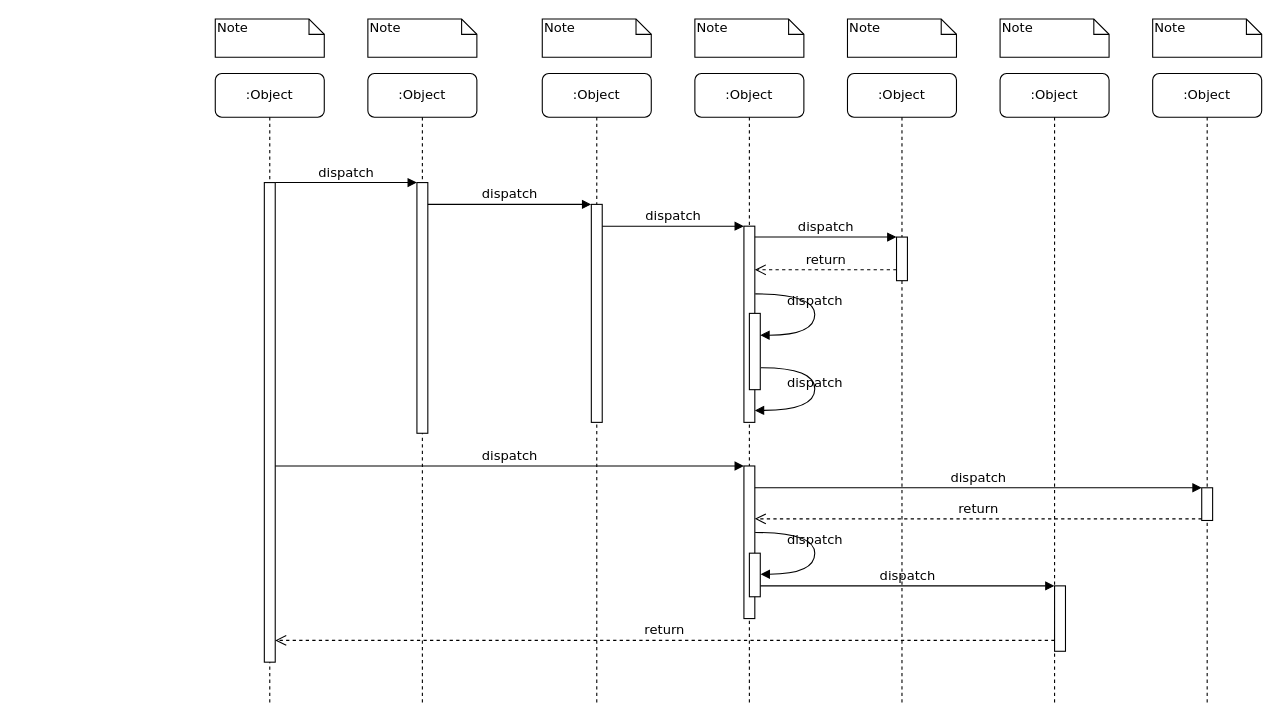
The draw.io diagram platform-admin调用流程.drawio in Rain-ziyu/img, before the edit. Source tidied: cells renumbered, new cells numbered last; positions are measured from the earlier drawing's top-left corner, leaving out a move shared by most shapes. Both pictures are drawn from the tidied source at 109%, with x=0, y=0 at pixel (215, 19).
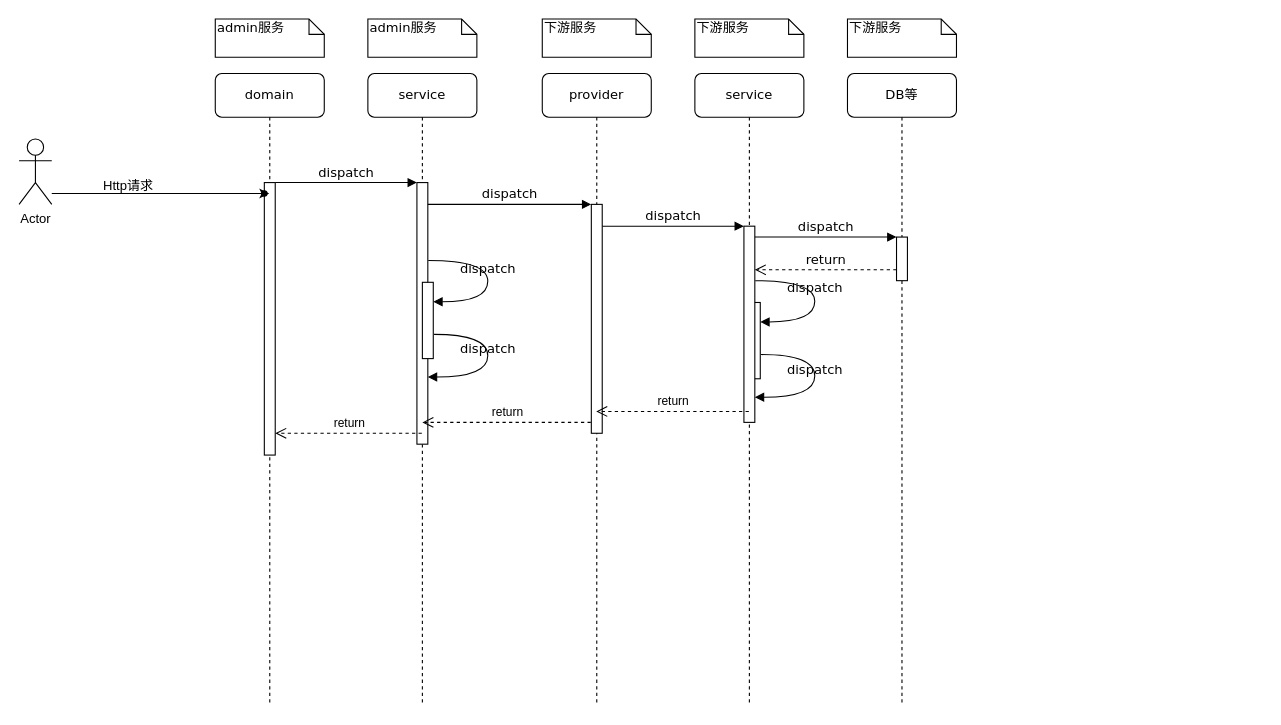
The same page after the edit.

Commit message:
更新platform-admin调用流程.drawio

Unchanged cells that the change refers to:
```xml
<mxCell id="12" style="html=1;points=[];perimeter=orthogonalPerimeter;rounded=0;shadow=0;comic=0;labelBackgroundColor=none;strokeWidth=1;fontFamily=Verdana;fontSize=12;align=center;" parent="1" vertex="1">
  <mxGeometry x="485" y="190" width="10" height="180" as="geometry" />
</mxCell>
```

The edit, as a diff of the source:
```diff
@@
-    <mxCell id="2" value=":Object" style="shape=umlLifeline;perimeter=lifelinePerimeter;whiteSpace=wrap;html=1;outlineConnect=0;rounded=1;shadow=0;comic=0;labelBackgroundColor=none;strokeWidth=1;fontFamily=Verdana;fontSize=12;align=center;" parent="1" vertex="1">
+    <mxCell id="2" value="service" style="shape=umlLifeline;perimeter=lifelinePerimeter;whiteSpace=wrap;html=1;outlineConnect=0;rounded=1;shadow=0;comic=0;labelBackgroundColor=none;strokeWidth=1;fontFamily=Verdana;fontSize=12;align=center;" parent="1" vertex="1">
       <mxGeometry x="140" y="50" width="100" height="580" as="geometry" />
     </mxCell>
     <mxCell id="3" style="html=1;points=[];perimeter=orthogonalPerimeter;rounded=0;shadow=0;comic=0;labelBackgroundColor=none;strokeWidth=1;fontFamily=Verdana;fontSize=12;align=center;" parent="2" vertex="1">
-      <mxGeometry x="45" y="100" width="10" height="230" as="geometry" />
+      <mxGeometry x="45" y="100" width="10" height="240" as="geometry" />
     </mxCell>
+    <mxCell id="31" value="dispatch" style="html=1;verticalAlign=bottom;endArrow=block;labelBackgroundColor=none;fontFamily=Verdana;fontSize=12;elbow=vertical;edgeStyle=orthogonalEdgeStyle;curved=1;entryX=1;entryY=0.286;entryPerimeter=0;exitX=1.038;exitY=0.345;exitPerimeter=0;" parent="2" edge="1">
+      <mxGeometry relative="1" as="geometry">
+        <mxPoint x="55.4" y="171.5" as="sourcePoint" />
+        <mxPoint x="60" y="209.4" as="targetPoint" />
+        <Array as="points">
+          <mxPoint x="110" y="171.4" />
+          <mxPoint x="110" y="209.4" />
+        </Array>
+      </mxGeometry>
+    </mxCell>
+    <mxCell id="39" value="dispatch" style="html=1;verticalAlign=bottom;endArrow=block;labelBackgroundColor=none;fontFamily=Verdana;fontSize=12;elbow=vertical;edgeStyle=orthogonalEdgeStyle;curved=1;exitX=1.066;exitY=0.713;exitPerimeter=0;" parent="2" edge="1">
+      <mxGeometry relative="1" as="geometry">
+        <mxPoint x="60.7" y="239.3" as="sourcePoint" />
+        <mxPoint x="55" y="278.4" as="targetPoint" />
+        <Array as="points">
+          <mxPoint x="110" y="239.4" />
+          <mxPoint x="110" y="278.4" />
+        </Array>
+      </mxGeometry>
+    </mxCell>
+    <mxCell id="40" style="html=1;perimeter=orthogonalPerimeter;rounded=0;shadow=0;comic=0;labelBackgroundColor=none;strokeWidth=1;fontFamily=Verdana;fontSize=12;align=center;" parent="2" vertex="1">
+      <mxGeometry x="50" y="191.5" width="10" height="70" as="geometry" />
+    </mxCell>
-    <mxCell id="4" value=":Object" style="shape=umlLifeline;perimeter=lifelinePerimeter;whiteSpace=wrap;html=1;outlineConnect=0;rounded=1;shadow=0;comic=0;labelBackgroundColor=none;strokeWidth=1;fontFamily=Verdana;fontSize=12;align=center;" parent="1" vertex="1">
+    <mxCell id="4" value="provider" style="shape=umlLifeline;perimeter=lifelinePerimeter;whiteSpace=wrap;html=1;outlineConnect=0;rounded=1;shadow=0;comic=0;labelBackgroundColor=none;strokeWidth=1;fontFamily=Verdana;fontSize=12;align=center;" parent="1" vertex="1">
       <mxGeometry x="300" y="50" width="100" height="580" as="geometry" />
     </mxCell>
     <mxCell id="5" style="html=1;points=[];perimeter=orthogonalPerimeter;rounded=0;shadow=0;comic=0;labelBackgroundColor=none;strokeWidth=1;fontFamily=Verdana;fontSize=12;align=center;" parent="4" vertex="1">
-      <mxGeometry x="45" y="120" width="10" height="200" as="geometry" />
+      <mxGeometry x="45" y="120" width="10" height="210" as="geometry" />
     </mxCell>
-    <mxCell id="6" value=":Object" style="shape=umlLifeline;perimeter=lifelinePerimeter;whiteSpace=wrap;html=1;outlineConnect=0;rounded=1;shadow=0;comic=0;labelBackgroundColor=none;strokeWidth=1;fontFamily=Verdana;fontSize=12;align=center;" parent="1" vertex="1">
+    <mxCell id="6" value="service" style="shape=umlLifeline;perimeter=lifelinePerimeter;whiteSpace=wrap;html=1;outlineConnect=0;rounded=1;shadow=0;comic=0;labelBackgroundColor=none;strokeWidth=1;fontFamily=Verdana;fontSize=12;align=center;" parent="1" vertex="1">
       <mxGeometry x="440" y="50" width="100" height="580" as="geometry" />
     </mxCell>
+    <mxCell id="28" value="dispatch" style="html=1;verticalAlign=bottom;endArrow=block;labelBackgroundColor=none;fontFamily=Verdana;fontSize=12;elbow=vertical;edgeStyle=orthogonalEdgeStyle;curved=1;entryX=1;entryY=0.286;entryPerimeter=0;exitX=1.038;exitY=0.345;exitPerimeter=0;" parent="6" edge="1">
+      <mxGeometry relative="1" as="geometry">
+        <mxPoint x="55.4" y="190" as="sourcePoint" />
+        <mxPoint x="60" y="227.9" as="targetPoint" />
+        <Array as="points">
+          <mxPoint x="110" y="189.9" />
+          <mxPoint x="110" y="227.9" />
+        </Array>
+      </mxGeometry>
+    </mxCell>
+    <mxCell id="29" value="dispatch" style="html=1;verticalAlign=bottom;endArrow=block;labelBackgroundColor=none;fontFamily=Verdana;fontSize=12;elbow=vertical;edgeStyle=orthogonalEdgeStyle;curved=1;exitX=1.066;exitY=0.713;exitPerimeter=0;" parent="6" edge="1">
+      <mxGeometry relative="1" as="geometry">
+        <mxPoint x="60.7" y="257.8" as="sourcePoint" />
+        <mxPoint x="55" y="296.9" as="targetPoint" />
+        <Array as="points">
+          <mxPoint x="110" y="257.9" />
+          <mxPoint x="110" y="296.9" />
+        </Array>
+      </mxGeometry>
+    </mxCell>
+    <mxCell id="27" style="html=1;points=[];perimeter=orthogonalPerimeter;rounded=0;shadow=0;comic=0;labelBackgroundColor=none;strokeWidth=1;fontFamily=Verdana;fontSize=12;align=center;" parent="6" vertex="1">
+      <mxGeometry x="50" y="210" width="10" height="70" as="geometry" />
+    </mxCell>
-    <mxCell id="7" value=":Object" style="shape=umlLifeline;perimeter=lifelinePerimeter;whiteSpace=wrap;html=1;rounded=1;shadow=0;comic=0;labelBackgroundColor=none;strokeWidth=1;fontFamily=Verdana;fontSize=12;align=center;" parent="1" vertex="1">
+    <mxCell id="7" value="DB等" style="shape=umlLifeline;perimeter=lifelinePerimeter;whiteSpace=wrap;html=1;rounded=1;shadow=0;comic=0;labelBackgroundColor=none;strokeWidth=1;fontFamily=Verdana;fontSize=12;align=center;" parent="1" vertex="1">
       <mxGeometry x="580" y="50" width="100" height="580" as="geometry" />
     </mxCell>
-    <mxCell id="8" value=":Object" style="shape=umlLifeline;perimeter=lifelinePerimeter;whiteSpace=wrap;html=1;rounded=1;shadow=0;comic=0;labelBackgroundColor=none;strokeWidth=1;fontFamily=Verdana;fontSize=12;align=center;" parent="1" vertex="1">
-      <mxGeometry x="720" y="50" width="100" height="580" as="geometry" />
-    </mxCell>
-    <mxCell id="9" value=":Object" style="shape=umlLifeline;perimeter=lifelinePerimeter;whiteSpace=wrap;html=1;rounded=1;shadow=0;comic=0;labelBackgroundColor=none;strokeWidth=1;fontFamily=Verdana;fontSize=12;align=center;" parent="1" vertex="1">
-      <mxGeometry x="860" y="50" width="100" height="580" as="geometry" />
-    </mxCell>
-    <mxCell id="10" value=":Object" style="shape=umlLifeline;perimeter=lifelinePerimeter;whiteSpace=wrap;html=1;outlineConnect=0;rounded=1;shadow=0;comic=0;labelBackgroundColor=none;strokeWidth=1;fontFamily=Verdana;fontSize=12;align=center;" parent="1" vertex="1">
+    <mxCell id="10" value="domain" style="shape=umlLifeline;perimeter=lifelinePerimeter;whiteSpace=wrap;html=1;outlineConnect=0;rounded=1;shadow=0;comic=0;labelBackgroundColor=none;strokeWidth=1;fontFamily=Verdana;fontSize=12;align=center;" parent="1" vertex="1">
       <mxGeometry y="50" width="100" height="580" as="geometry" />
     </mxCell>
     <mxCell id="11" style="html=1;points=[];perimeter=orthogonalPerimeter;rounded=0;shadow=0;comic=0;labelBackgroundColor=none;strokeWidth=1;fontFamily=Verdana;fontSize=12;align=center;" parent="10" vertex="1">
-      <mxGeometry x="45" y="100" width="10" height="440" as="geometry" />
+      <mxGeometry x="45" y="100" width="10" height="250" as="geometry" />
     </mxCell>
+    <mxCell id="41" value="return" style="html=1;verticalAlign=bottom;endArrow=open;dashed=1;endSize=8;curved=0;rounded=0;" parent="10" edge="1" source="2">
+      <mxGeometry relative="1" as="geometry">
+        <mxPoint x="55" y="330" as="targetPoint" />
+      </mxGeometry>
+    </mxCell>
+    <mxCell id="42" style="shape=waypoint;sketch=0;size=6;fillColor=default;perimeter=centerPerimeter;verticalAlign=top;" parent="10" vertex="1">
+      <mxGeometry x="35" y="100" width="20" height="20" as="geometry" />
+    </mxCell>
@@
-    <mxCell id="17" style="html=1;points=[];perimeter=orthogonalPerimeter;rounded=0;shadow=0;comic=0;labelBackgroundColor=none;strokeWidth=1;fontFamily=Verdana;fontSize=12;align=center;" parent="1" vertex="1">
-      <mxGeometry x="485" y="410" width="10" height="140" as="geometry" />
-    </mxCell>
-    <mxCell id="18" value="dispatch" style="html=1;verticalAlign=bottom;endArrow=block;entryX=0;entryY=0;labelBackgroundColor=none;fontFamily=Verdana;fontSize=12;" parent="1" edge="1" source="11" target="17">
-      <mxGeometry relative="1" as="geometry" />
-    </mxCell>
-    <mxCell id="19" style="html=1;points=[];perimeter=orthogonalPerimeter;rounded=0;shadow=0;comic=0;labelBackgroundColor=none;strokeColor=#000000;strokeWidth=1;fillColor=#FFFFFF;fontFamily=Verdana;fontSize=12;fontColor=#000000;align=center;" parent="1" vertex="1">
-      <mxGeometry x="905" y="430" width="10" height="30" as="geometry" />
-    </mxCell>
-    <mxCell id="20" value="dispatch" style="html=1;verticalAlign=bottom;endArrow=block;entryX=0;entryY=0;labelBackgroundColor=none;fontFamily=Verdana;fontSize=12;" parent="1" edge="1" source="17" target="19">
-      <mxGeometry relative="1" as="geometry" />
-    </mxCell>
-    <mxCell id="21" value="return" style="html=1;verticalAlign=bottom;endArrow=open;dashed=1;endSize=8;exitX=0;exitY=0.95;labelBackgroundColor=none;fontFamily=Verdana;fontSize=12;" parent="1" edge="1" source="19" target="17">
-      <mxGeometry relative="1" as="geometry" />
-    </mxCell>
-    <mxCell id="22" style="html=1;points=[];perimeter=orthogonalPerimeter;rounded=0;shadow=0;comic=0;labelBackgroundColor=none;strokeWidth=1;fontFamily=Verdana;fontSize=12;align=center;" parent="1" vertex="1">
-      <mxGeometry x="770" y="520" width="10" height="60" as="geometry" />
-    </mxCell>
-    <mxCell id="23" value="dispatch" style="html=1;verticalAlign=bottom;endArrow=block;entryX=0;entryY=0;labelBackgroundColor=none;fontFamily=Verdana;fontSize=12;edgeStyle=elbowEdgeStyle;elbow=vertical;" parent="1" edge="1" source="30" target="22">
-      <mxGeometry relative="1" as="geometry" />
-    </mxCell>
-    <mxCell id="24" value="return" style="html=1;verticalAlign=bottom;endArrow=open;dashed=1;endSize=8;labelBackgroundColor=none;fontFamily=Verdana;fontSize=12;edgeStyle=elbowEdgeStyle;elbow=vertical;" parent="1" edge="1" source="22" target="11">
-      <mxGeometry relative="1" as="geometry">
-        <Array as="points">
-          <mxPoint x="470" y="570" />
-        </Array>
-      </mxGeometry>
-    </mxCell>
@@
-    <mxCell id="27" style="html=1;points=[];perimeter=orthogonalPerimeter;rounded=0;shadow=0;comic=0;labelBackgroundColor=none;strokeWidth=1;fontFamily=Verdana;fontSize=12;align=center;" parent="1" vertex="1">
-      <mxGeometry x="490" y="270" width="10" height="70" as="geometry" />
-    </mxCell>
-    <mxCell id="28" value="dispatch" style="html=1;verticalAlign=bottom;endArrow=block;labelBackgroundColor=none;fontFamily=Verdana;fontSize=12;elbow=vertical;edgeStyle=orthogonalEdgeStyle;curved=1;entryX=1;entryY=0.286;entryPerimeter=0;exitX=1.038;exitY=0.345;exitPerimeter=0;" parent="1" edge="1" source="12" target="27">
-      <mxGeometry relative="1" as="geometry">
-        <Array as="points">
-          <mxPoint x="550" y="252" />
-          <mxPoint x="550" y="290" />
-        </Array>
-      </mxGeometry>
-    </mxCell>
-    <mxCell id="29" value="dispatch" style="html=1;verticalAlign=bottom;endArrow=block;labelBackgroundColor=none;fontFamily=Verdana;fontSize=12;elbow=vertical;edgeStyle=orthogonalEdgeStyle;curved=1;exitX=1.066;exitY=0.713;exitPerimeter=0;" parent="1" edge="1" source="27">
-      <mxGeometry relative="1" as="geometry">
-        <mxPoint x="495" y="359" as="targetPoint" />
-        <Array as="points">
-          <mxPoint x="550" y="320" />
-          <mxPoint x="550" y="359" />
-        </Array>
-      </mxGeometry>
-    </mxCell>
-    <mxCell id="30" style="html=1;points=[];perimeter=orthogonalPerimeter;rounded=0;shadow=0;comic=0;labelBackgroundColor=none;strokeWidth=1;fontFamily=Verdana;fontSize=12;align=center;" parent="1" vertex="1">
-      <mxGeometry x="490" y="490" width="10" height="40" as="geometry" />
-    </mxCell>
-    <mxCell id="31" value="dispatch" style="html=1;verticalAlign=bottom;endArrow=block;labelBackgroundColor=none;fontFamily=Verdana;fontSize=12;elbow=vertical;edgeStyle=orthogonalEdgeStyle;curved=1;entryX=1;entryY=0.286;entryPerimeter=0;exitX=1.038;exitY=0.345;exitPerimeter=0;" parent="1" edge="1">
-      <mxGeometry relative="1" as="geometry">
-        <mxPoint x="495.3" y="471" as="sourcePoint" />
-        <mxPoint x="500.3" y="509.3" as="targetPoint" />
-        <Array as="points">
-          <mxPoint x="550" y="471" />
-          <mxPoint x="550" y="509" />
-        </Array>
-      </mxGeometry>
-    </mxCell>
-    <mxCell id="32" value="Note" style="shape=note;whiteSpace=wrap;html=1;size=14;verticalAlign=top;align=left;spacingTop=-6;rounded=0;shadow=0;comic=0;labelBackgroundColor=none;strokeWidth=1;fontFamily=Verdana;fontSize=12;" parent="1" vertex="1">
+    <mxCell id="32" value="admin服务" style="shape=note;whiteSpace=wrap;html=1;size=14;verticalAlign=top;align=left;spacingTop=-6;rounded=0;shadow=0;comic=0;labelBackgroundColor=none;strokeWidth=1;fontFamily=Verdana;fontSize=12;" parent="1" vertex="1">
       <mxGeometry width="100" height="35" as="geometry" />
     </mxCell>
-    <mxCell id="33" value="Note" style="shape=note;whiteSpace=wrap;html=1;size=14;verticalAlign=top;align=left;spacingTop=-6;rounded=0;shadow=0;comic=0;labelBackgroundColor=none;strokeWidth=1;fontFamily=Verdana;fontSize=12;" parent="1" vertex="1">
+    <mxCell id="33" value="admin服务" style="shape=note;whiteSpace=wrap;html=1;size=14;verticalAlign=top;align=left;spacingTop=-6;rounded=0;shadow=0;comic=0;labelBackgroundColor=none;strokeWidth=1;fontFamily=Verdana;fontSize=12;" parent="1" vertex="1">
       <mxGeometry x="140" width="100" height="35" as="geometry" />
     </mxCell>
-    <mxCell id="34" value="Note" style="shape=note;whiteSpace=wrap;html=1;size=14;verticalAlign=top;align=left;spacingTop=-6;rounded=0;shadow=0;comic=0;labelBackgroundColor=none;strokeWidth=1;fontFamily=Verdana;fontSize=12;" parent="1" vertex="1">
+    <mxCell id="34" value="下游服务" style="shape=note;whiteSpace=wrap;html=1;size=14;verticalAlign=top;align=left;spacingTop=-6;rounded=0;shadow=0;comic=0;labelBackgroundColor=none;strokeWidth=1;fontFamily=Verdana;fontSize=12;" parent="1" vertex="1">
       <mxGeometry x="300" width="100" height="35" as="geometry" />
     </mxCell>
-    <mxCell id="35" value="Note" style="shape=note;whiteSpace=wrap;html=1;size=14;verticalAlign=top;align=left;spacingTop=-6;rounded=0;shadow=0;comic=0;labelBackgroundColor=none;strokeWidth=1;fontFamily=Verdana;fontSize=12;" parent="1" vertex="1">
+    <mxCell id="35" value="下游服务" style="shape=note;whiteSpace=wrap;html=1;size=14;verticalAlign=top;align=left;spacingTop=-6;rounded=0;shadow=0;comic=0;labelBackgroundColor=none;strokeWidth=1;fontFamily=Verdana;fontSize=12;" parent="1" vertex="1">
       <mxGeometry x="440" width="100" height="35" as="geometry" />
     </mxCell>
-    <mxCell id="36" value="Note" style="shape=note;whiteSpace=wrap;html=1;size=14;verticalAlign=top;align=left;spacingTop=-6;rounded=0;shadow=0;comic=0;labelBackgroundColor=none;strokeWidth=1;fontFamily=Verdana;fontSize=12;" parent="1" vertex="1">
+    <mxCell id="36" value="下游服务" style="shape=note;whiteSpace=wrap;html=1;size=14;verticalAlign=top;align=left;spacingTop=-6;rounded=0;shadow=0;comic=0;labelBackgroundColor=none;strokeWidth=1;fontFamily=Verdana;fontSize=12;" parent="1" vertex="1">
       <mxGeometry x="580" width="100" height="35" as="geometry" />
     </mxCell>
-    <mxCell id="37" value="Note" style="shape=note;whiteSpace=wrap;html=1;size=14;verticalAlign=top;align=left;spacingTop=-6;rounded=0;shadow=0;comic=0;labelBackgroundColor=none;strokeWidth=1;fontFamily=Verdana;fontSize=12;" parent="1" vertex="1">
-      <mxGeometry x="720" width="100" height="35" as="geometry" />
-    </mxCell>
-    <mxCell id="38" value="Note" style="shape=note;whiteSpace=wrap;html=1;size=14;verticalAlign=top;align=left;spacingTop=-6;rounded=0;shadow=0;comic=0;labelBackgroundColor=none;strokeWidth=1;fontFamily=Verdana;fontSize=12;" parent="1" vertex="1">
-      <mxGeometry x="860" width="100" height="35" as="geometry" />
-    </mxCell>
+    <mxCell id="43" value="return" style="html=1;verticalAlign=bottom;endArrow=open;dashed=1;endSize=8;curved=0;rounded=0;" parent="1" edge="1" source="6" target="4">
+      <mxGeometry relative="1" as="geometry">
+        <Array as="points">
+          <mxPoint x="420" y="360" />
+        </Array>
+      </mxGeometry>
+    </mxCell>
+    <mxCell id="44" value="return" style="html=1;verticalAlign=bottom;endArrow=open;dashed=1;endSize=8;curved=0;rounded=0;" parent="1" edge="1">
+      <mxGeometry relative="1" as="geometry">
+        <mxPoint x="344.5" y="370" as="sourcePoint" />
+        <mxPoint x="190" y="370" as="targetPoint" />
+        <Array as="points">
+          <mxPoint x="265" y="370" />
+        </Array>
+      </mxGeometry>
+    </mxCell>
+    <mxCell id="45" style="edgeStyle=orthogonalEdgeStyle;rounded=0;jettySize=auto;html=1;" parent="1" edge="1" source="46" target="10">
+      <mxGeometry relative="1" as="geometry">
+        <Array as="points">
+          <mxPoint x="-110" y="160" />
+          <mxPoint x="-110" y="160" />
+        </Array>
+      </mxGeometry>
+    </mxCell>
+    <mxCell id="46" value="Actor" style="shape=umlActor;verticalLabelPosition=bottom;verticalAlign=top;html=1;" parent="1" vertex="1">
+      <mxGeometry x="-180" y="110" width="30" height="60" as="geometry" />
+    </mxCell>
+    <mxCell id="47" value="Http请求" style="text;html=1;align=center;verticalAlign=middle;strokeColor=none;fillColor=none;" parent="1" vertex="1">
+      <mxGeometry x="-115" y="138" width="70" height="30" as="geometry" />
+    </mxCell>
```
